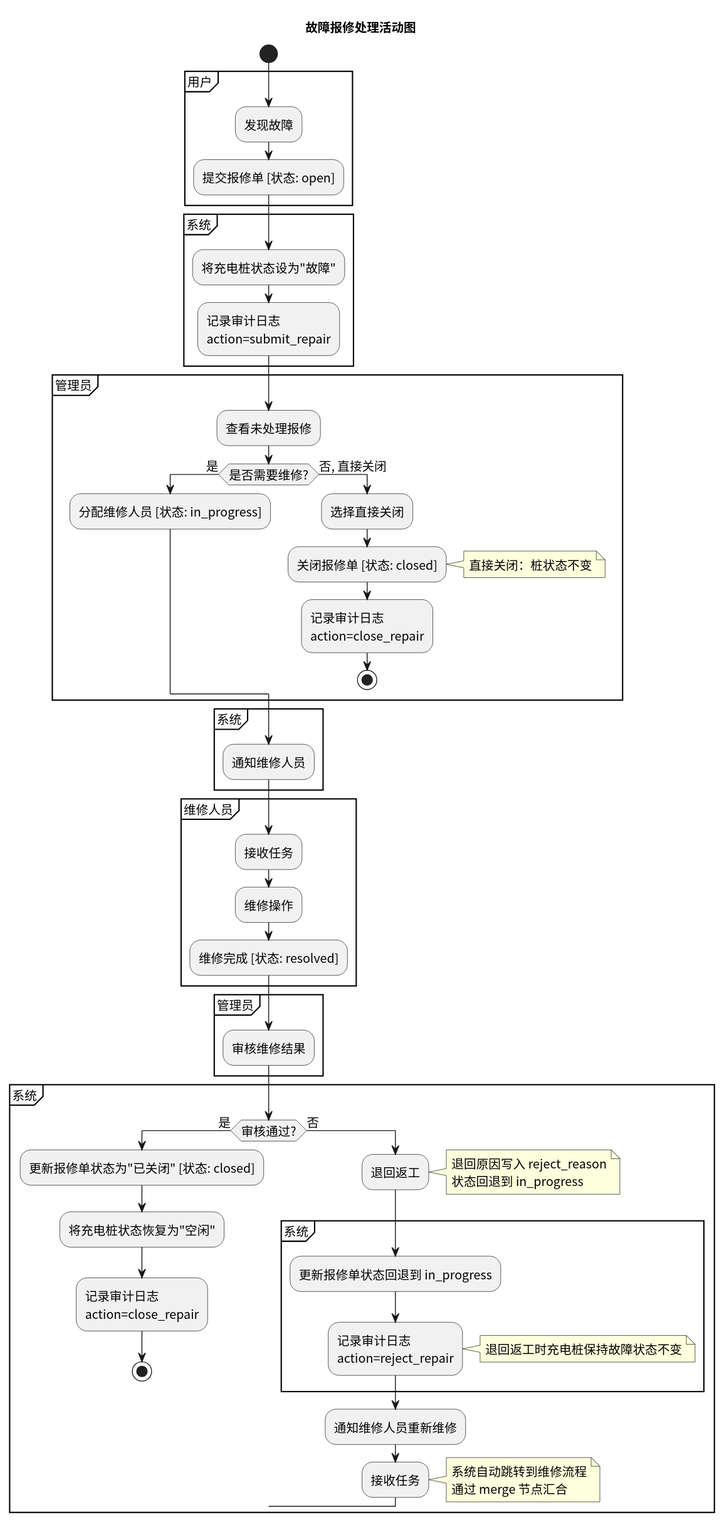
Above: activity/img/activity_repair.svg in greenhandzdl/charging-station-doc (PlantUML), before the change.
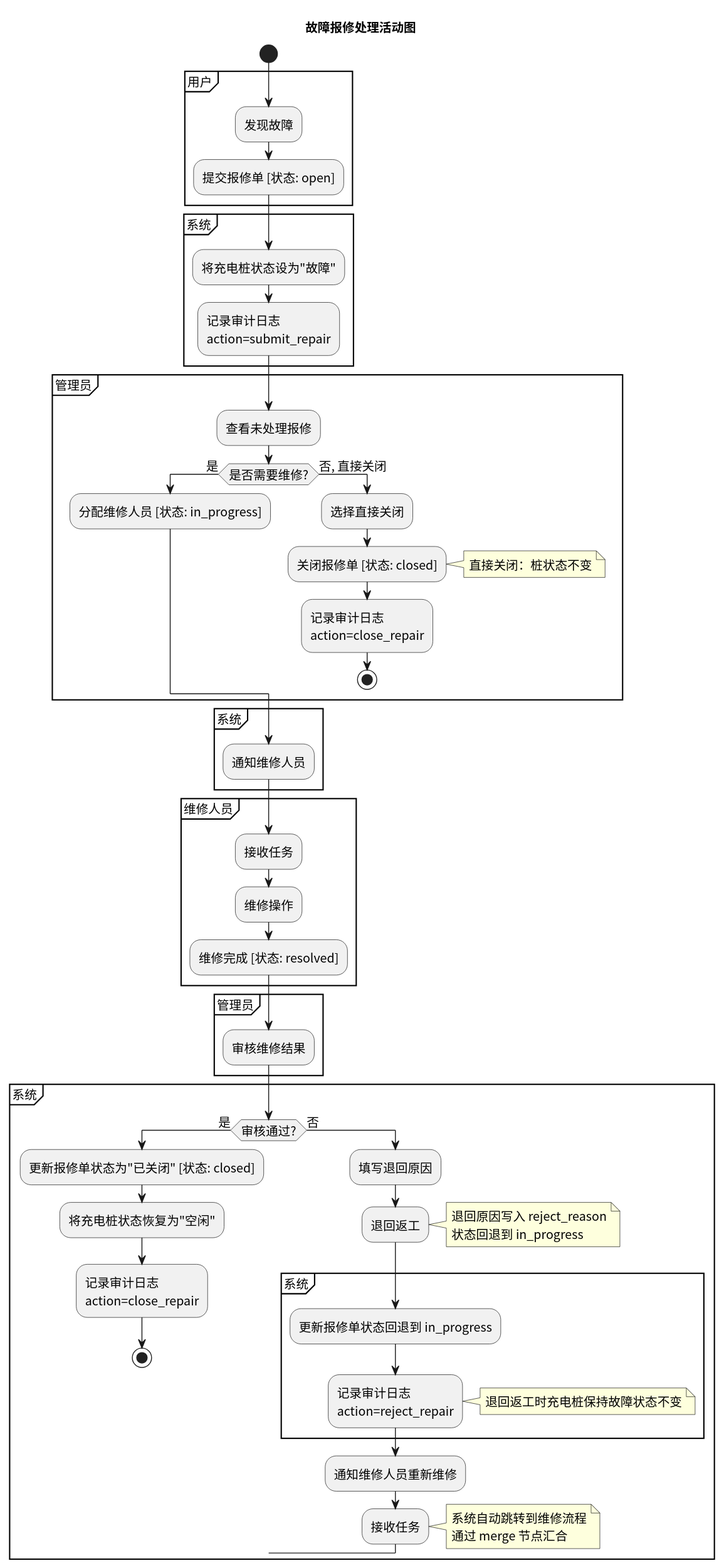
Later version of the same file.

Diff of the diagram source:
```diff
@@ -48,6 +48,7 @@
     :记录审计日志\naction=close_repair;
     stop
   else (否)
+    :填写退回原因;
     :退回返工;
     note right: 退回原因写入 reject_reason\n状态回退到 in_progress
     partition "系统" {
```
